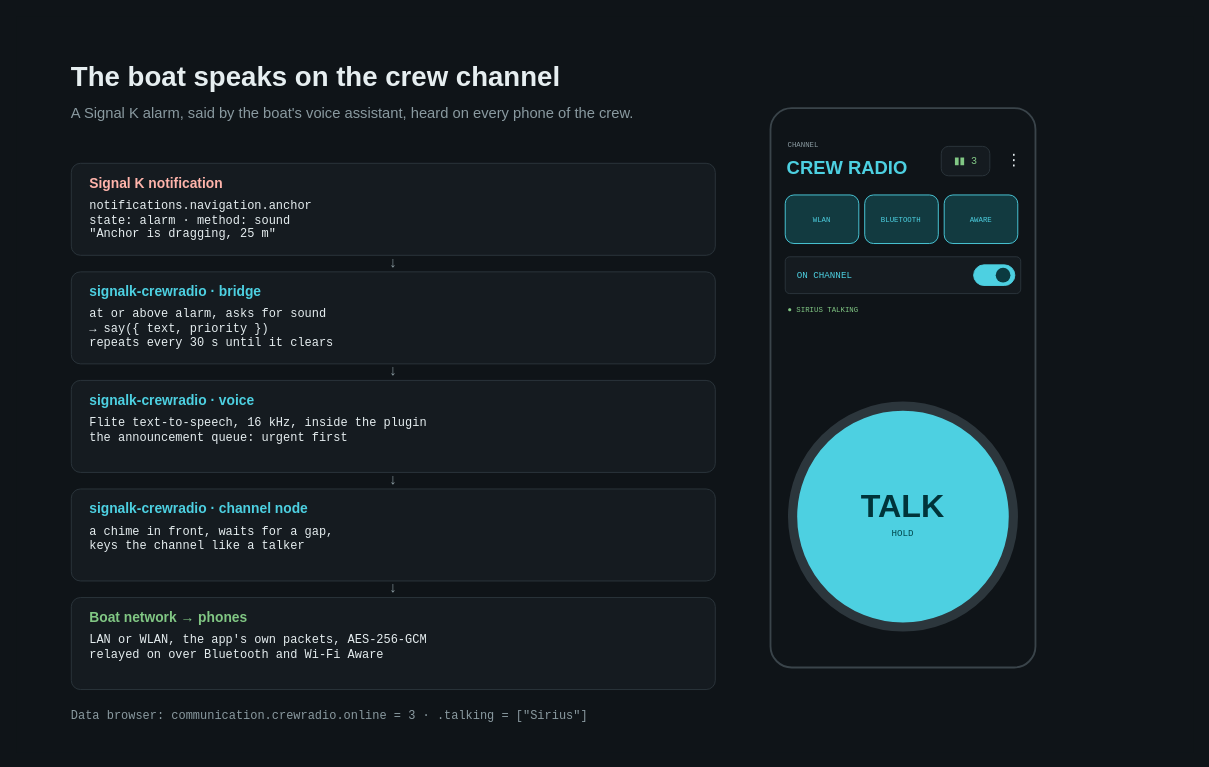
The draw.io diagram sk-plugin/docs/diagrams/announcement.drawio in KEGustafsson/android-push-to-talk, before the edit. Source tidied: cells renumbered, new cells numbered last; positions are measured from the earlier drawing's top-left corner, leaving out a move shared by most shapes. Both pictures are drawn from the tidied source at 92%, with x=0, y=0 at pixel (16, 16).
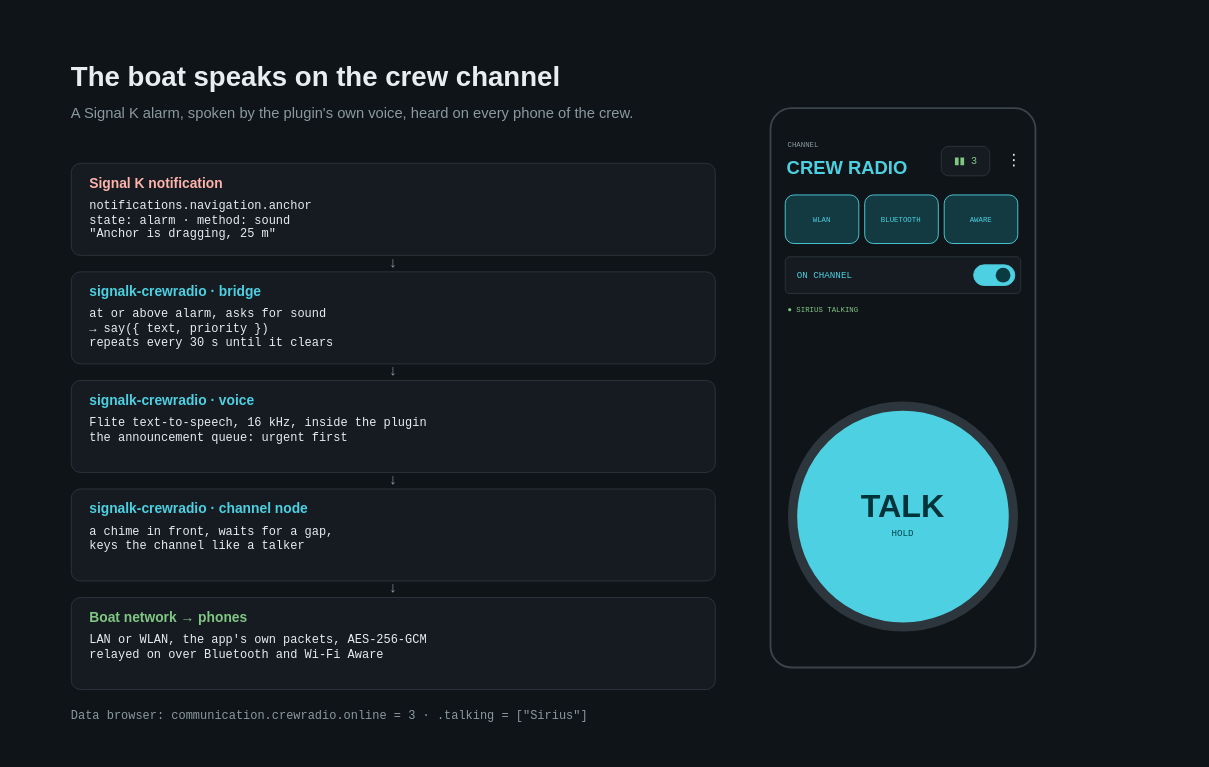
The same page after the edit.

Diff of the diagram source:
```diff
@@
-    <mxCell id="4" value="A Signal K alarm, said by the boat's voice assistant, heard on every phone of the crew." style="text;html=1;whiteSpace=wrap;align=left;verticalAlign=middle;fontSize=16;fontColor=#8A9AA0;fontFamily=Helvetica;spacing=0;" parent="1" vertex="1">
+    <mxCell id="4" value="A Signal K alarm, spoken by the plugin's own voice, heard on every phone of the crew." style="text;html=1;whiteSpace=wrap;align=left;verticalAlign=middle;fontSize=16;fontColor=#8A9AA0;fontFamily=Helvetica;spacing=0;" parent="1" vertex="1">
       <mxGeometry x="60" y="90" width="760" height="30" as="geometry" />
     </mxCell>
```
